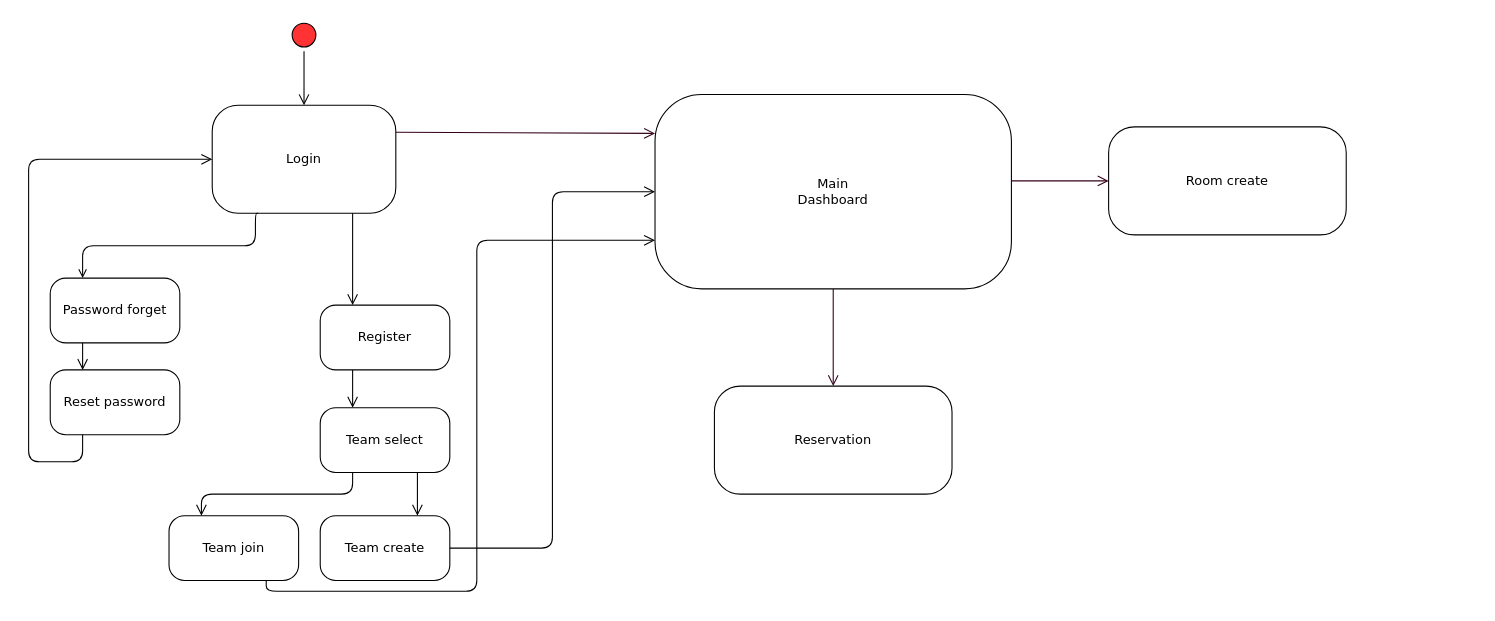
Earlier version of the draw.io diagram ページ遷移図.drawio (matsu977/laravel-posting-app). Source tidied: cells renumbered, new cells numbered last; positions are measured from the earlier drawing's top-left corner, leaving out a move shared by most shapes. Both pictures are drawn from the tidied source at 108%, with x=0, y=0 at pixel (28, 18).
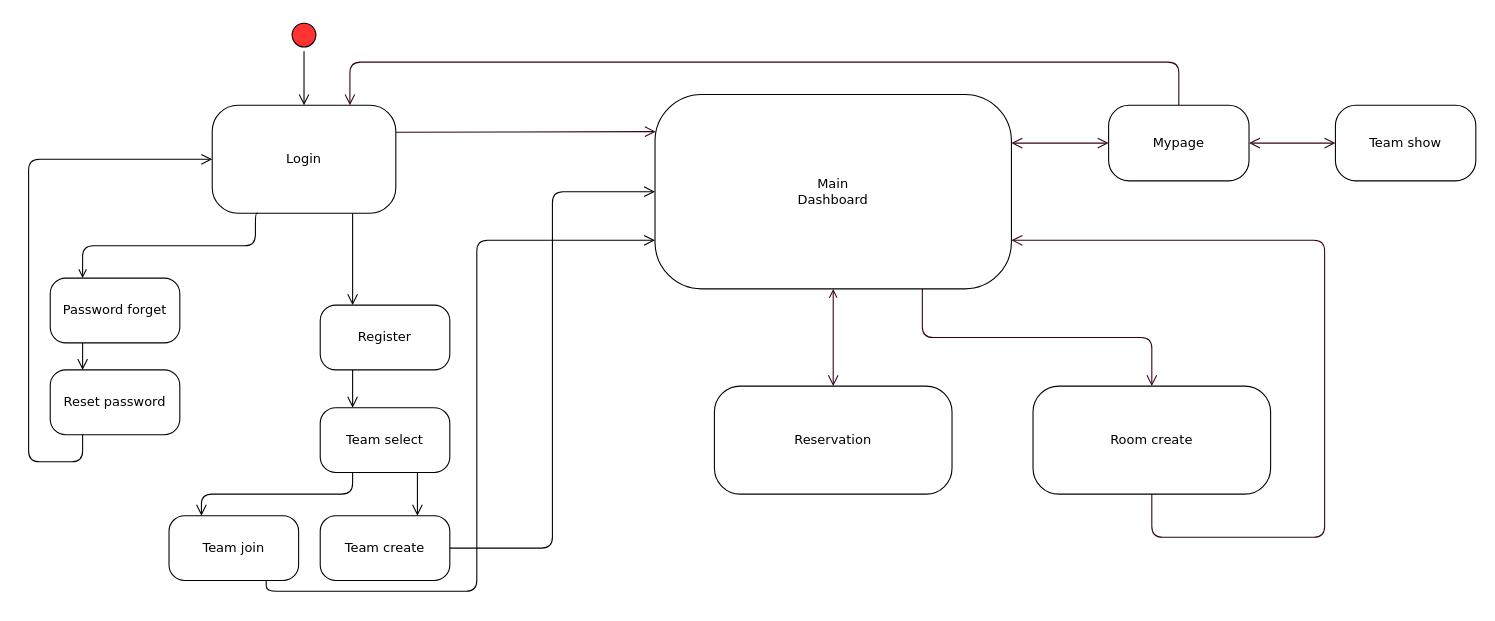
After the change.

Commit message (it also covers changes not shown here):
ページ遷移図.drawio を更新します

Unchanged cells that the change refers to:
```xml
<mxCell id="4" value="Login" style="rounded=1;whiteSpace=wrap;html=1;arcSize=24;shadow=0;comic=0;labelBackgroundColor=none;fontFamily=Verdana;fontSize=12;align=center;" parent="1" vertex="1">
  <mxGeometry x="170" y="80" width="170" height="100" as="geometry" />
</mxCell>
<mxCell id="5" value="Main&lt;div&gt;Dashboard&lt;/div&gt;" style="rounded=1;whiteSpace=wrap;html=1;arcSize=24;shadow=0;comic=0;labelBackgroundColor=none;fontFamily=Verdana;fontSize=12;align=center;" parent="1" vertex="1">
  <mxGeometry x="580" y="70" width="330" height="180" as="geometry" />
</mxCell>
<mxCell id="25" value="Reservation" style="rounded=1;whiteSpace=wrap;html=1;arcSize=24;shadow=0;comic=0;labelBackgroundColor=none;fontFamily=Verdana;fontSize=12;align=center;" parent="1" vertex="1">
  <mxGeometry x="635" y="340" width="220" height="100" as="geometry" />
</mxCell>
```

Diff of the diagram source:
```diff
@@
-    <mxCell id="7" style="html=1;labelBackgroundColor=none;endArrow=open;endSize=8;strokeColor=#33001A;fontFamily=Verdana;fontSize=12;align=left;exitX=1;exitY=0.25;exitDx=0;exitDy=0;" parent="1" edge="1" source="4">
-      <mxGeometry relative="1" as="geometry">
-        <mxPoint x="580" y="106" as="targetPoint" />
-      </mxGeometry>
+    <mxCell id="7" style="html=1;labelBackgroundColor=none;endArrow=open;endSize=8;strokeColor=#33001A;fontFamily=Verdana;fontSize=12;align=left;exitX=1;exitY=0.25;exitDx=0;exitDy=0;startSize=8;entryX=0.002;entryY=0.191;entryDx=0;entryDy=0;entryPerimeter=0;" parent="1" edge="1" source="4" target="5">
+      <mxGeometry relative="1" as="geometry" />
     </mxCell>
@@
-    <mxCell id="22" style="html=1;labelBackgroundColor=none;endArrow=open;endSize=8;strokeColor=#33001A;fontFamily=Verdana;fontSize=12;align=left;exitX=1;exitY=0.25;exitDx=0;exitDy=0;entryX=0;entryY=0.5;entryDx=0;entryDy=0;" parent="1" edge="1" target="23">
-      <mxGeometry relative="1" as="geometry">
-        <mxPoint x="910" y="150" as="sourcePoint" />
-      </mxGeometry>
+    <mxCell id="22" style="html=1;labelBackgroundColor=none;endArrow=open;endSize=8;strokeColor=#33001A;fontFamily=Verdana;fontSize=12;align=left;exitX=0.75;exitY=1;exitDx=0;exitDy=0;entryX=0.5;entryY=0;entryDx=0;entryDy=0;edgeStyle=orthogonalEdgeStyle;" parent="1" edge="1" source="5" target="23">
+      <mxGeometry relative="1" as="geometry" />
     </mxCell>
     <mxCell id="23" value="Room create" style="rounded=1;whiteSpace=wrap;html=1;arcSize=24;shadow=0;comic=0;labelBackgroundColor=none;fontFamily=Verdana;fontSize=12;align=center;" parent="1" vertex="1">
-      <mxGeometry x="1000" y="100" width="220" height="100" as="geometry" />
+      <mxGeometry x="930" y="340" width="220" height="100" as="geometry" />
     </mxCell>
-    <mxCell id="24" style="html=1;labelBackgroundColor=none;endArrow=open;endSize=8;strokeColor=#33001A;fontFamily=Verdana;fontSize=12;align=left;exitX=0.5;exitY=1;exitDx=0;exitDy=0;entryX=0.5;entryY=0;entryDx=0;entryDy=0;" parent="1" edge="1" source="5" target="25">
+    <mxCell id="24" style="html=1;labelBackgroundColor=none;endArrow=open;endSize=8;strokeColor=#33001A;fontFamily=Verdana;fontSize=12;align=left;exitX=0.5;exitY=1;exitDx=0;exitDy=0;entryX=0.5;entryY=0;entryDx=0;entryDy=0;startArrow=open;startFill=0;" parent="1" edge="1" source="5" target="25">
       <mxGeometry relative="1" as="geometry" />
     </mxCell>
@@
+    <mxCell id="26" style="html=1;labelBackgroundColor=none;endArrow=open;endSize=8;strokeColor=#33001A;fontFamily=Verdana;fontSize=12;align=left;entryX=0;entryY=0.5;entryDx=0;entryDy=0;exitX=1;exitY=0.25;exitDx=0;exitDy=0;startSize=8;endFill=0;startArrow=open;startFill=0;" parent="1" edge="1" source="5" target="27">
+      <mxGeometry relative="1" as="geometry" />
+    </mxCell>
+    <mxCell id="27" value="Mypage" style="rounded=1;whiteSpace=wrap;html=1;arcSize=27;shadow=0;comic=0;labelBackgroundColor=none;fontFamily=Verdana;fontSize=12;align=center;" parent="1" vertex="1">
+      <mxGeometry x="1000" y="80" width="130" height="70" as="geometry" />
+    </mxCell>
+    <mxCell id="28" style="html=1;labelBackgroundColor=none;endArrow=open;endSize=8;strokeColor=#33001A;fontFamily=Verdana;fontSize=12;align=left;exitX=0.5;exitY=0;exitDx=0;exitDy=0;startSize=8;edgeStyle=orthogonalEdgeStyle;entryX=0.75;entryY=0;entryDx=0;entryDy=0;" parent="1" edge="1" source="27" target="4">
+      <mxGeometry relative="1" as="geometry">
+        <Array as="points">
+          <mxPoint x="1065" y="40" />
+          <mxPoint x="297" y="40" />
+        </Array>
+      </mxGeometry>
+    </mxCell>
+    <mxCell id="29" value="Team show" style="rounded=1;whiteSpace=wrap;html=1;arcSize=27;shadow=0;comic=0;labelBackgroundColor=none;fontFamily=Verdana;fontSize=12;align=center;" parent="1" vertex="1">
+      <mxGeometry x="1210" y="80" width="130" height="70" as="geometry" />
+    </mxCell>
+    <mxCell id="30" style="html=1;labelBackgroundColor=none;endArrow=open;endSize=8;strokeColor=#33001A;fontFamily=Verdana;fontSize=12;align=left;exitX=1;exitY=0.5;exitDx=0;exitDy=0;startSize=8;entryX=0;entryY=0.5;entryDx=0;entryDy=0;startArrow=open;startFill=0;" parent="1" edge="1" source="27" target="29">
+      <mxGeometry relative="1" as="geometry" />
+    </mxCell>
+    <mxCell id="31" style="html=1;labelBackgroundColor=none;endArrow=open;endSize=8;strokeColor=#33001A;fontFamily=Verdana;fontSize=12;align=left;exitX=0.5;exitY=1;exitDx=0;exitDy=0;entryX=1;entryY=0.75;entryDx=0;entryDy=0;edgeStyle=orthogonalEdgeStyle;" parent="1" edge="1" source="23" target="5">
+      <mxGeometry relative="1" as="geometry">
+        <Array as="points">
+          <mxPoint x="1040" y="480" />
+          <mxPoint x="1200" y="480" />
+          <mxPoint x="1200" y="205" />
+        </Array>
+      </mxGeometry>
+    </mxCell>
```
